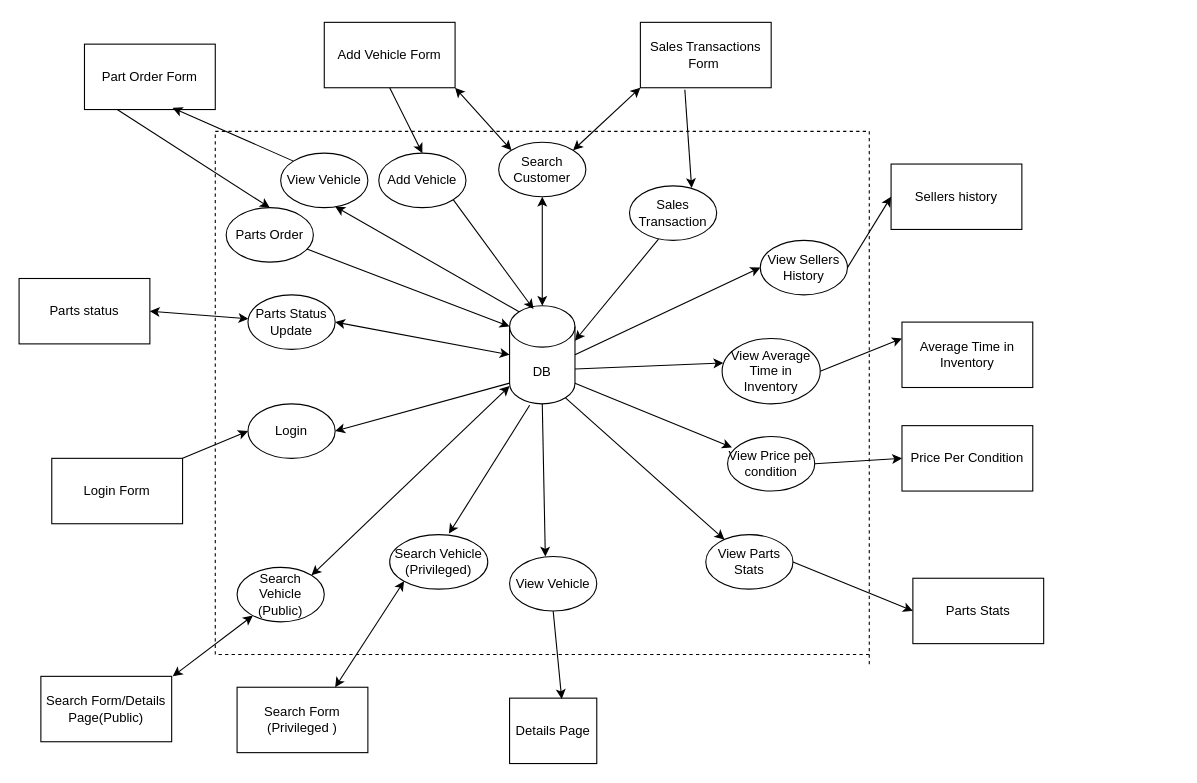
Before: Phase_1/team006_p1_ifd.drawio in rkang427/autodb, a draw.io diagram. Source tidied: cells renumbered, new cells numbered last; positions are measured from the earlier drawing's top-left corner, leaving out a move shared by most shapes. Both pictures are drawn from the tidied source at 109%, with x=0, y=0 at pixel (19, 22).
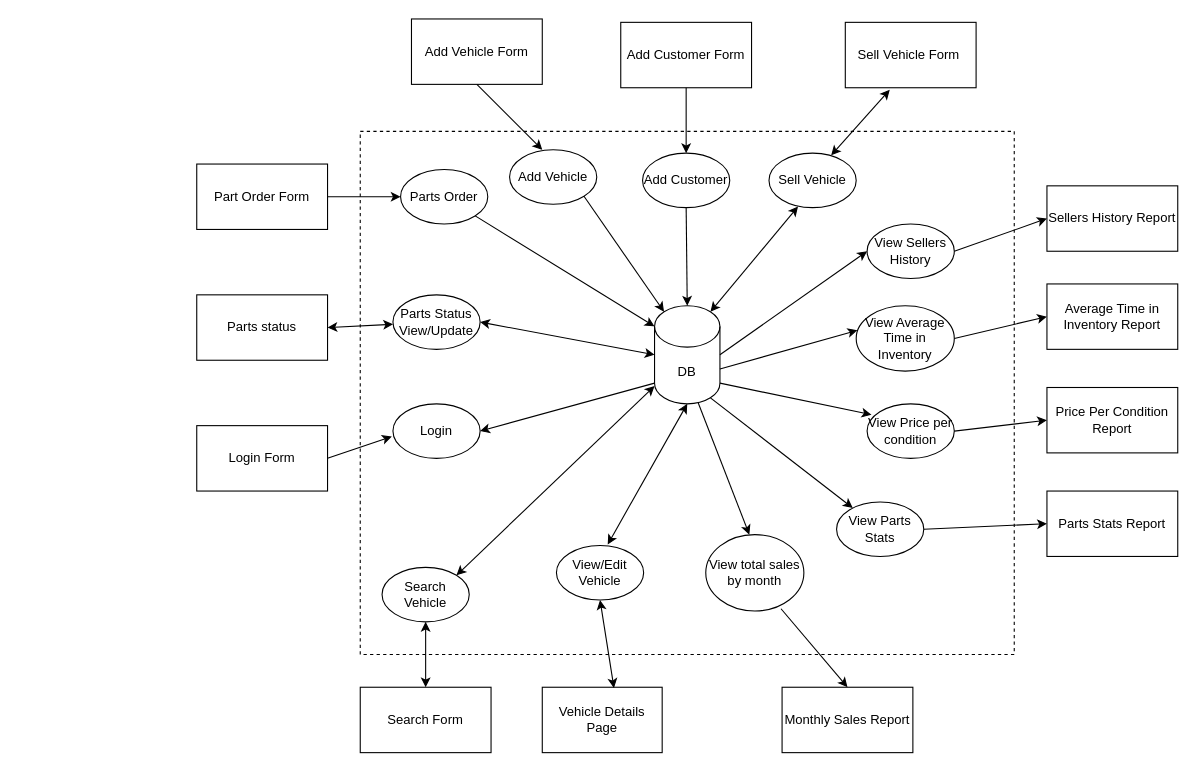
After the change.

What changed in the source:
```diff
@@
     <mxCell id="2" value="DB" style="shape=cylinder3;whiteSpace=wrap;html=1;boundedLbl=1;backgroundOutline=1;size=19;" parent="1" vertex="1">
-      <mxGeometry x="450" y="260" width="60" height="90" as="geometry" />
+      <mxGeometry x="583" y="260" width="60" height="90" as="geometry" />
     </mxCell>
     <mxCell id="3" style="endArrow=none;dashed=1;html=1;rounded=0;" parent="1" edge="1">
       <mxGeometry relative="1" as="geometry">
-        <mxPoint x="780" y="580" as="sourcePoint" />
-        <mxPoint x="780" y="590" as="targetPoint" />
+        <mxPoint x="913" y="580" as="sourcePoint" />
+        <mxPoint x="913" y="580" as="targetPoint" />
         <Array as="points">
-          <mxPoint x="180" y="580" />
-          <mxPoint x="180" y="100" />
-          <mxPoint x="780" y="100" />
+          <mxPoint x="313" y="580" />
+          <mxPoint x="313" y="100" />
+          <mxPoint x="913" y="100" />
         </Array>
       </mxGeometry>
     </mxCell>
-    <mxCell id="4" value="Search Vehicle (Public)" style="ellipse;whiteSpace=wrap;html=1;" parent="1" vertex="1">
-      <mxGeometry x="200" y="500" width="80" height="50" as="geometry" />
+    <mxCell id="4" value="Search Vehicle" style="ellipse;whiteSpace=wrap;html=1;" parent="1" vertex="1">
+      <mxGeometry x="333" y="500" width="80" height="50" as="geometry" />
     </mxCell>
     <mxCell id="5" value="Login Form" style="rounded=0;whiteSpace=wrap;html=1;" parent="1" vertex="1">
-      <mxGeometry x="30" y="400" width="120" height="60" as="geometry" />
+      <mxGeometry x="163" y="370" width="120" height="60" as="geometry" />
     </mxCell>
     <mxCell id="6" value="Login" style="ellipse;whiteSpace=wrap;html=1;" parent="1" vertex="1">
-      <mxGeometry x="210" y="350" width="80" height="50" as="geometry" />
+      <mxGeometry x="343" y="350" width="80" height="50" as="geometry" />
     </mxCell>
@@
-    <mxCell id="8" style="endArrow=classic;html=1;rounded=0;exitX=1;exitY=0;exitDx=0;exitDy=0;entryX=0;entryY=0.5;entryDx=0;entryDy=0;" parent="1" edge="1" source="5" target="6">
-      <mxGeometry relative="1" as="geometry" />
+    <mxCell id="8" style="endArrow=classic;html=1;rounded=0;exitX=1;exitY=0.5;exitDx=0;exitDy=0;" parent="1" edge="1" source="5">
+      <mxGeometry relative="1" as="geometry">
+        <mxPoint x="342" y="380" as="targetPoint" />
+      </mxGeometry>
     </mxCell>
     <mxCell id="9" value="Part Order Form" style="rounded=0;whiteSpace=wrap;html=1;" parent="1" vertex="1">
-      <mxGeometry x="60" y="20" width="120" height="60" as="geometry" />
+      <mxGeometry x="163" y="130" width="120" height="60" as="geometry" />
     </mxCell>
     <mxCell id="10" value="Parts Order" style="ellipse;whiteSpace=wrap;html=1;" parent="1" vertex="1">
-      <mxGeometry x="190" y="170" width="80" height="50" as="geometry" />
+      <mxGeometry x="350" y="135" width="80" height="50" as="geometry" />
     </mxCell>
-    <mxCell id="11" style="endArrow=classic;html=1;rounded=0;exitX=0.25;exitY=1;exitDx=0;exitDy=0;entryX=0.5;entryY=0;entryDx=0;entryDy=0;" parent="1" edge="1" source="9" target="10">
+    <mxCell id="11" style="endArrow=classic;html=1;rounded=0;exitX=1;exitY=0.5;exitDx=0;exitDy=0;entryX=0;entryY=0.5;entryDx=0;entryDy=0;" parent="1" edge="1" source="9" target="10">
       <mxGeometry relative="1" as="geometry" />
     </mxCell>
     <mxCell id="12" value="Add Vehicle Form" style="rounded=0;whiteSpace=wrap;html=1;" parent="1" vertex="1">
-      <mxGeometry x="280" width="120" height="60" as="geometry" />
+      <mxGeometry x="360" y="-3.1" width="120" height="60" as="geometry" />
     </mxCell>
     <mxCell id="13" value="Add Vehicle" style="ellipse;whiteSpace=wrap;html=1;" parent="1" vertex="1">
-      <mxGeometry x="330" y="120" width="80" height="50" as="geometry" />
+      <mxGeometry x="450" y="116.9" width="80" height="50" as="geometry" />
     </mxCell>
-    <mxCell id="14" style="endArrow=classic;html=1;rounded=0;exitX=0.5;exitY=1;exitDx=0;exitDy=0;entryX=0.5;entryY=0;entryDx=0;entryDy=0;" parent="1" edge="1" source="12" target="13">
+    <mxCell id="14" style="endArrow=classic;html=1;rounded=0;exitX=0.5;exitY=1;exitDx=0;exitDy=0;entryX=0.375;entryY=0;entryDx=0;entryDy=0;entryPerimeter=0;" parent="1" edge="1" source="12" target="13">
       <mxGeometry relative="1" as="geometry" />
     </mxCell>
-    <mxCell id="15" style="endArrow=classic;html=1;rounded=0;exitX=1;exitY=1;exitDx=0;exitDy=0;entryX=0.366;entryY=0.034;entryDx=0;entryDy=0;entryPerimeter=0;" parent="1" edge="1" source="13" target="2">
+    <mxCell id="15" style="endArrow=classic;html=1;rounded=0;exitX=1;exitY=1;exitDx=0;exitDy=0;entryX=0.145;entryY=0;entryDx=0;entryDy=5.51;entryPerimeter=0;" parent="1" edge="1" source="13" target="2">
       <mxGeometry relative="1" as="geometry" />
     </mxCell>
-    <mxCell id="16" value="Sales Transactions Form&amp;nbsp;" style="rounded=0;whiteSpace=wrap;html=1;" parent="1" vertex="1">
-      <mxGeometry x="570" width="120" height="60" as="geometry" />
+    <mxCell id="16" value="Sell Vehicle Form&amp;nbsp;" style="rounded=0;whiteSpace=wrap;html=1;" parent="1" vertex="1">
+      <mxGeometry x="758" width="120" height="60" as="geometry" />
     </mxCell>
-    <mxCell id="17" value="Sales Transaction" style="ellipse;whiteSpace=wrap;html=1;" parent="1" vertex="1">
-      <mxGeometry x="560" y="150" width="80" height="50" as="geometry" />
+    <mxCell id="17" value="Sell Vehicle" style="ellipse;whiteSpace=wrap;html=1;" parent="1" vertex="1">
+      <mxGeometry x="688" y="120" width="80" height="50" as="geometry" />
     </mxCell>
-    <mxCell id="18" style="endArrow=classic;html=1;rounded=0;entryX=0.713;entryY=0.04;entryDx=0;entryDy=0;entryPerimeter=0;exitX=0.34;exitY=1.031;exitDx=0;exitDy=0;exitPerimeter=0;" parent="1" edge="1" source="16" target="17">
+    <mxCell id="18" style="endArrow=classic;html=1;rounded=0;entryX=0.713;entryY=0.04;entryDx=0;entryDy=0;entryPerimeter=0;exitX=0.34;exitY=1.031;exitDx=0;exitDy=0;exitPerimeter=0;startArrow=classic;startFill=1;" parent="1" edge="1" source="16" target="17">
       <mxGeometry relative="1" as="geometry" />
     </mxCell>
     <mxCell id="19" value="View Sellers History" style="ellipse;whiteSpace=wrap;html=1;" parent="1" vertex="1">
-      <mxGeometry x="680" y="200" width="80" height="50" as="geometry" />
+      <mxGeometry x="778" y="185" width="80" height="50" as="geometry" />
     </mxCell>
     <mxCell id="20" value="View Average Time in Inventory" style="ellipse;whiteSpace=wrap;html=1;" parent="1" vertex="1">
-      <mxGeometry x="645" y="290" width="90" height="60" as="geometry" />
+      <mxGeometry x="768" y="260" width="90" height="60" as="geometry" />
     </mxCell>
     <mxCell id="21" value="View Price per condition" style="ellipse;whiteSpace=wrap;html=1;" parent="1" vertex="1">
-      <mxGeometry x="650" y="380" width="80" height="50" as="geometry" />
+      <mxGeometry x="778" y="350" width="80" height="50" as="geometry" />
     </mxCell>
     <mxCell id="22" value="View Parts Stats" style="ellipse;whiteSpace=wrap;html=1;" parent="1" vertex="1">
-      <mxGeometry x="630" y="470" width="80" height="50" as="geometry" />
+      <mxGeometry x="750" y="440" width="80" height="50" as="geometry" />
     </mxCell>
-    <mxCell id="23" value="Parts Stats" style="rounded=0;whiteSpace=wrap;html=1;" parent="1" vertex="1">
-      <mxGeometry x="820" y="510" width="120" height="60" as="geometry" />
+    <mxCell id="23" value="Parts Stats Report" style="rounded=0;whiteSpace=wrap;html=1;" parent="1" vertex="1">
+      <mxGeometry x="943" y="430" width="120" height="60" as="geometry" />
     </mxCell>
@@
-    <mxCell id="29" style="endArrow=classic;html=1;rounded=0;exitX=1;exitY=0.5;exitDx=0;exitDy=0;entryX=0;entryY=0.25;entryDx=0;entryDy=0;" parent="1" edge="1" source="20" target="52">
+    <mxCell id="29" style="endArrow=classic;html=1;rounded=0;exitX=1;exitY=0.5;exitDx=0;exitDy=0;entryX=0;entryY=0.5;entryDx=0;entryDy=0;" parent="1" edge="1" source="20" target="52">
       <mxGeometry relative="1" as="geometry" />
     </mxCell>
@@
     <mxCell id="32" value="Parts status" style="rounded=0;whiteSpace=wrap;html=1;" parent="1" vertex="1">
-      <mxGeometry y="235" width="120" height="60" as="geometry" />
+      <mxGeometry x="163" y="250" width="120" height="60" as="geometry" />
     </mxCell>
-    <mxCell id="33" value="Parts Status Update" style="ellipse;whiteSpace=wrap;html=1;" parent="1" vertex="1">
-      <mxGeometry x="210" y="250" width="80" height="50" as="geometry" />
+    <mxCell id="33" value="Parts Status View/Update" style="ellipse;whiteSpace=wrap;html=1;" parent="1" vertex="1">
+      <mxGeometry x="343" y="250" width="80" height="50" as="geometry" />
     </mxCell>
@@
-    <mxCell id="36" value="Search Form/Details Page(Public)" style="rounded=0;whiteSpace=wrap;html=1;" parent="1" vertex="1">
-      <mxGeometry x="20" y="600" width="120" height="60" as="geometry" />
+    <mxCell id="36" value="Search Form" style="rounded=0;whiteSpace=wrap;html=1;" parent="1" vertex="1">
+      <mxGeometry x="313" y="610" width="120" height="60" as="geometry" />
     </mxCell>
-    <mxCell id="37" style="endArrow=classic;startArrow=classic;html=1;rounded=0;" parent="1" edge="1" target="4">
-      <mxGeometry relative="1" as="geometry">
-        <mxPoint x="141" y="600" as="sourcePoint" />
-      </mxGeometry>
+    <mxCell id="37" style="endArrow=classic;startArrow=classic;html=1;rounded=0;exitX=0.5;exitY=0;exitDx=0;exitDy=0;" parent="1" edge="1" source="36" target="4">
+      <mxGeometry relative="1" as="geometry" />
     </mxCell>
@@
-    <mxCell id="40" style="endArrow=classic;html=1;rounded=0;exitX=0.333;exitY=0.979;exitDx=0;exitDy=0;exitPerimeter=0;entryX=1;entryY=0;entryDx=0;entryDy=32;entryPerimeter=0;" parent="1" edge="1" source="17" target="2">
+    <mxCell id="40" style="endArrow=classic;html=1;rounded=0;exitX=0.333;exitY=0.979;exitDx=0;exitDy=0;exitPerimeter=0;entryX=0.855;entryY=0;entryDx=0;entryDy=5.51;entryPerimeter=0;startArrow=classic;startFill=1;" parent="1" edge="1" source="17" target="2">
       <mxGeometry relative="1" as="geometry" />
     </mxCell>
-    <mxCell id="41" value="Search Form (Privileged )" style="rounded=0;whiteSpace=wrap;html=1;" parent="1" vertex="1">
-      <mxGeometry x="200" y="610" width="120" height="60" as="geometry" />
-    </mxCell>
-    <mxCell id="42" value="Search Vehicle (Privileged)" style="ellipse;whiteSpace=wrap;html=1;" parent="1" vertex="1">
-      <mxGeometry x="340" y="470" width="90" height="50" as="geometry" />
-    </mxCell>
-    <mxCell id="43" style="endArrow=classic;html=1;rounded=0;exitX=0.307;exitY=1.014;exitDx=0;exitDy=0;exitPerimeter=0;entryX=0.604;entryY=-0.019;entryDx=0;entryDy=0;entryPerimeter=0;" parent="1" edge="1" source="2" target="42">
-      <mxGeometry relative="1" as="geometry" />
-    </mxCell>
-    <mxCell id="44" value="Details Page" style="rounded=0;whiteSpace=wrap;html=1;" parent="1" vertex="1">
-      <mxGeometry x="450" y="620" width="80" height="60" as="geometry" />
+    <mxCell id="44" value="Vehicle Details Page" style="rounded=0;whiteSpace=wrap;html=1;" parent="1" vertex="1">
+      <mxGeometry x="480" y="610" width="110" height="60" as="geometry" />
     </mxCell>
-    <mxCell id="45" value="View Vehicle" style="ellipse;whiteSpace=wrap;html=1;" parent="1" vertex="1">
-      <mxGeometry x="450" y="490" width="80" height="50" as="geometry" />
+    <mxCell id="45" value="View/Edit Vehicle" style="ellipse;whiteSpace=wrap;html=1;" parent="1" vertex="1">
+      <mxGeometry x="493" y="480" width="80" height="50" as="geometry" />
     </mxCell>
-    <mxCell id="46" style="endArrow=classic;html=1;rounded=0;entryX=0.41;entryY=0.002;entryDx=0;entryDy=0;entryPerimeter=0;exitX=0.5;exitY=1;exitDx=0;exitDy=0;exitPerimeter=0;" parent="1" edge="1" source="2" target="45">
+    <mxCell id="46" style="endArrow=classic;html=1;rounded=0;entryX=0.588;entryY=-0.02;entryDx=0;entryDy=0;entryPerimeter=0;exitX=0.5;exitY=1;exitDx=0;exitDy=0;exitPerimeter=0;startArrow=classic;startFill=1;" parent="1" edge="1" source="2" target="45">
       <mxGeometry relative="1" as="geometry" />
     </mxCell>
-    <mxCell id="47" style="endArrow=classic;html=1;rounded=0;exitX=0.5;exitY=1;exitDx=0;exitDy=0;entryX=0.598;entryY=0.012;entryDx=0;entryDy=0;entryPerimeter=0;" parent="1" edge="1" source="45" target="44">
+    <mxCell id="47" style="endArrow=classic;html=1;rounded=0;exitX=0.5;exitY=1;exitDx=0;exitDy=0;entryX=0.598;entryY=0.012;entryDx=0;entryDy=0;entryPerimeter=0;startArrow=classic;startFill=1;" parent="1" edge="1" source="45" target="44">
       <mxGeometry relative="1" as="geometry" />
     </mxCell>
-    <mxCell id="48" value="Search Customer" style="ellipse;whiteSpace=wrap;html=1;" parent="1" vertex="1">
-      <mxGeometry x="440" y="110" width="80" height="50" as="geometry" />
-    </mxCell>
-    <mxCell id="49" value="View Vehicle" style="ellipse;whiteSpace=wrap;html=1;" parent="1" vertex="1">
-      <mxGeometry x="240" y="120" width="80" height="50" as="geometry" />
-    </mxCell>
-    <mxCell id="50" style="endArrow=classic;html=1;rounded=0;exitX=0;exitY=0;exitDx=0;exitDy=0;entryX=0.674;entryY=0.975;entryDx=0;entryDy=0;entryPerimeter=0;" parent="1" edge="1" source="49" target="9">
-      <mxGeometry relative="1" as="geometry" />
-    </mxCell>
-    <mxCell id="51" value="Sellers history" style="rounded=0;whiteSpace=wrap;html=1;" parent="1" vertex="1">
-      <mxGeometry x="800" y="130" width="120" height="60" as="geometry" />
+    <mxCell id="51" value="Sellers History Report" style="rounded=0;whiteSpace=wrap;html=1;" parent="1" vertex="1">
+      <mxGeometry x="943" y="150" width="120" height="60" as="geometry" />
     </mxCell>
-    <mxCell id="52" value="Average Time in Inventory" style="rounded=0;whiteSpace=wrap;html=1;" parent="1" vertex="1">
-      <mxGeometry x="810" y="275" width="120" height="60" as="geometry" />
+    <mxCell id="52" value="Average Time in Inventory Report" style="rounded=0;whiteSpace=wrap;html=1;" parent="1" vertex="1">
+      <mxGeometry x="943" y="240" width="120" height="60" as="geometry" />
     </mxCell>
-    <mxCell id="53" style="endArrow=classic;html=1;rounded=0;entryX=0.674;entryY=0.975;entryDx=0;entryDy=0;entryPerimeter=0;exitX=0.145;exitY=0;exitDx=0;exitDy=5.51;exitPerimeter=0;" parent="1" edge="1" source="2">
-      <mxGeometry relative="1" as="geometry">
-        <mxPoint x="290" y="169" as="targetPoint" />
-      </mxGeometry>
-    </mxCell>
-    <mxCell id="54" value="Price Per Condition" style="rounded=0;whiteSpace=wrap;html=1;" parent="1" vertex="1">
-      <mxGeometry x="810" y="370" width="120" height="60" as="geometry" />
+    <mxCell id="54" value="Price Per Condition Report" style="rounded=0;whiteSpace=wrap;html=1;" parent="1" vertex="1">
+      <mxGeometry x="943" y="335" width="120" height="60" as="geometry" />
     </mxCell>
-    <mxCell id="55" style="endArrow=classic;startArrow=classic;html=1;rounded=0;exitX=1;exitY=1;exitDx=0;exitDy=0;entryX=0;entryY=0;entryDx=0;entryDy=0;" parent="1" edge="1" source="12" target="48">
-      <mxGeometry relative="1" as="geometry" />
-    </mxCell>
-    <mxCell id="56" style="endArrow=classic;startArrow=classic;html=1;rounded=0;exitX=0.5;exitY=0;exitDx=0;exitDy=0;exitPerimeter=0;entryX=0.5;entryY=1;entryDx=0;entryDy=0;" parent="1" edge="1" source="2" target="48">
-      <mxGeometry relative="1" as="geometry" />
-    </mxCell>
-    <mxCell id="57" style="endArrow=classic;startArrow=classic;html=1;rounded=0;exitX=1;exitY=0;exitDx=0;exitDy=0;entryX=0;entryY=1;entryDx=0;entryDy=0;" parent="1" edge="1" source="48" target="16">
-      <mxGeometry relative="1" as="geometry" />
-    </mxCell>
-    <mxCell id="58" style="endArrow=classic;startArrow=classic;html=1;rounded=0;entryX=0;entryY=1;entryDx=0;entryDy=0;exitX=0.75;exitY=0;exitDx=0;exitDy=0;" parent="1" edge="1" source="41" target="42">
-      <mxGeometry relative="1" as="geometry" />
-    </mxCell>
+    <mxCell id="59" value="View total sales by month" style="ellipse;whiteSpace=wrap;html=1;" parent="1" vertex="1">
+      <mxGeometry x="630" y="470" width="90" height="70" as="geometry" />
+    </mxCell>
+    <mxCell id="60" value="Monthly Sales Report" style="rounded=0;whiteSpace=wrap;html=1;" parent="1" vertex="1">
+      <mxGeometry x="700" y="610" width="120" height="60" as="geometry" />
+    </mxCell>
+    <mxCell id="61" style="endArrow=classic;html=1;rounded=0;exitX=0.767;exitY=0.971;exitDx=0;exitDy=0;entryX=0.5;entryY=0;entryDx=0;entryDy=0;exitPerimeter=0;" parent="1" edge="1" source="59" target="60">
+      <mxGeometry relative="1" as="geometry" />
+    </mxCell>
+    <mxCell id="62" style="endArrow=classic;html=1;rounded=0;exitX=0.667;exitY=0.989;exitDx=0;exitDy=0;exitPerimeter=0;entryX=0.444;entryY=0;entryDx=0;entryDy=0;entryPerimeter=0;" parent="1" edge="1" source="2" target="59">
+      <mxGeometry relative="1" as="geometry" />
+    </mxCell>
+    <mxCell id="63" value="Add Customer Form" style="rounded=0;whiteSpace=wrap;html=1;" parent="1" vertex="1">
+      <mxGeometry x="552" width="120" height="60" as="geometry" />
+    </mxCell>
+    <mxCell id="64" value="Add Customer" style="ellipse;whiteSpace=wrap;html=1;" parent="1" vertex="1">
+      <mxGeometry x="572" y="120" width="80" height="50" as="geometry" />
+    </mxCell>
+    <mxCell id="65" style="endArrow=classic;html=1;rounded=0;exitX=0.5;exitY=1;exitDx=0;exitDy=0;entryX=0.5;entryY=0;entryDx=0;entryDy=0;entryPerimeter=0;" parent="1" edge="1" source="64" target="2">
+      <mxGeometry relative="1" as="geometry" />
+    </mxCell>
+    <mxCell id="66" style="endArrow=classic;html=1;rounded=0;exitX=0.5;exitY=1;exitDx=0;exitDy=0;entryX=0.5;entryY=0;entryDx=0;entryDy=0;" parent="1" edge="1" source="63" target="64">
+      <mxGeometry relative="1" as="geometry" />
+    </mxCell>
```
